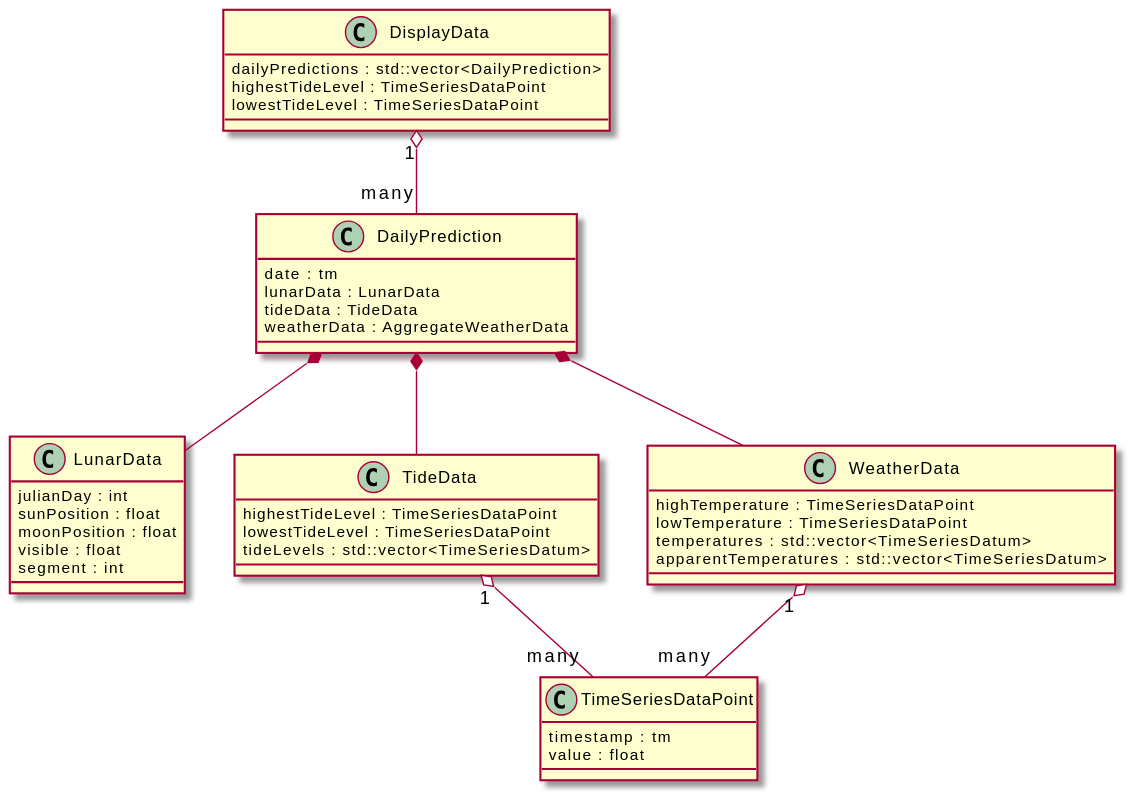
Above: docs/DisplayDataClasses.svg in ciroque/tidal (PlantUML), before the change.
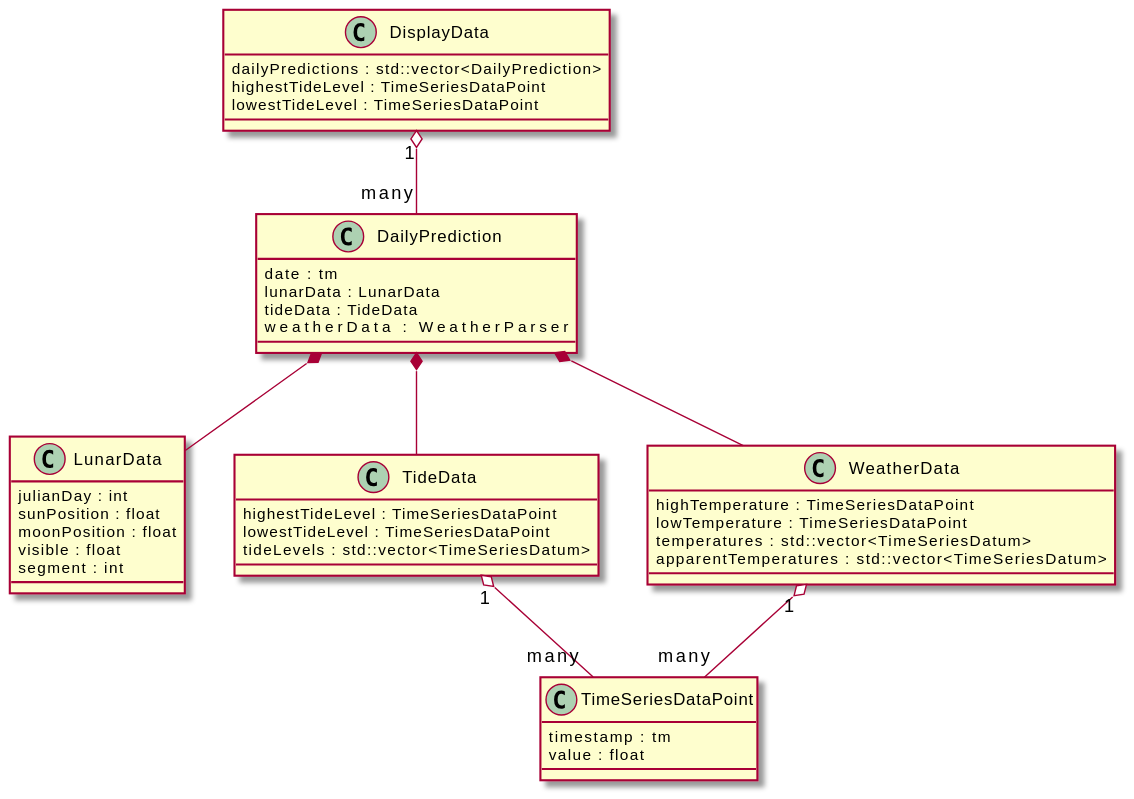
After the change.

The edit, as a diff of the source:
```diff
@@ -15,7 +15,7 @@
     date : tm
     lunarData : LunarData
     tideData : TideData
-    weatherData : AggregateWeatherData
+    weatherData : WeatherParser
 }
 
 class LunarData {
```
